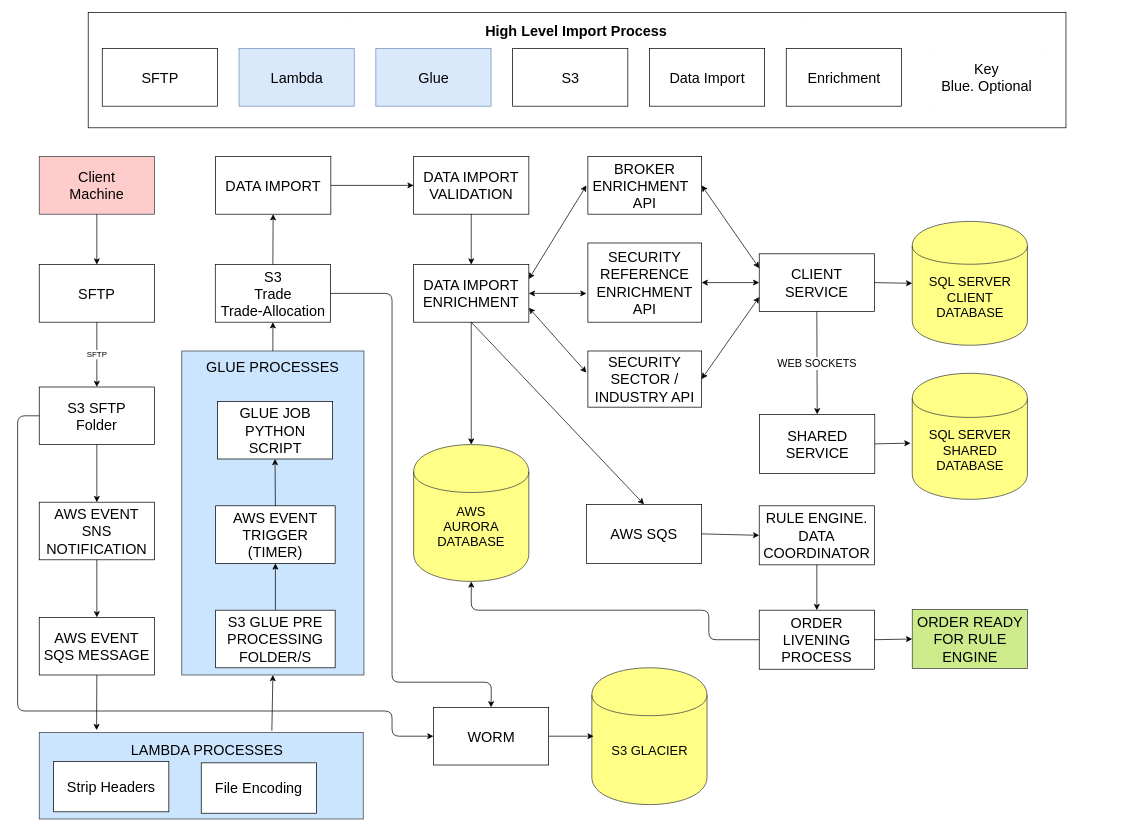
Before: WikiImages/2019/SurveillanceProcessUpdate.drawio in sl-tawfiknouri/RedDeer.Surveillance, a draw.io diagram. Source tidied: cells renumbered, new cells numbered last; positions are measured from the earlier drawing's top-left corner, leaving out a move shared by most shapes. Both pictures are drawn from the tidied source at 72%, with x=0, y=0 at pixel (17, 12).
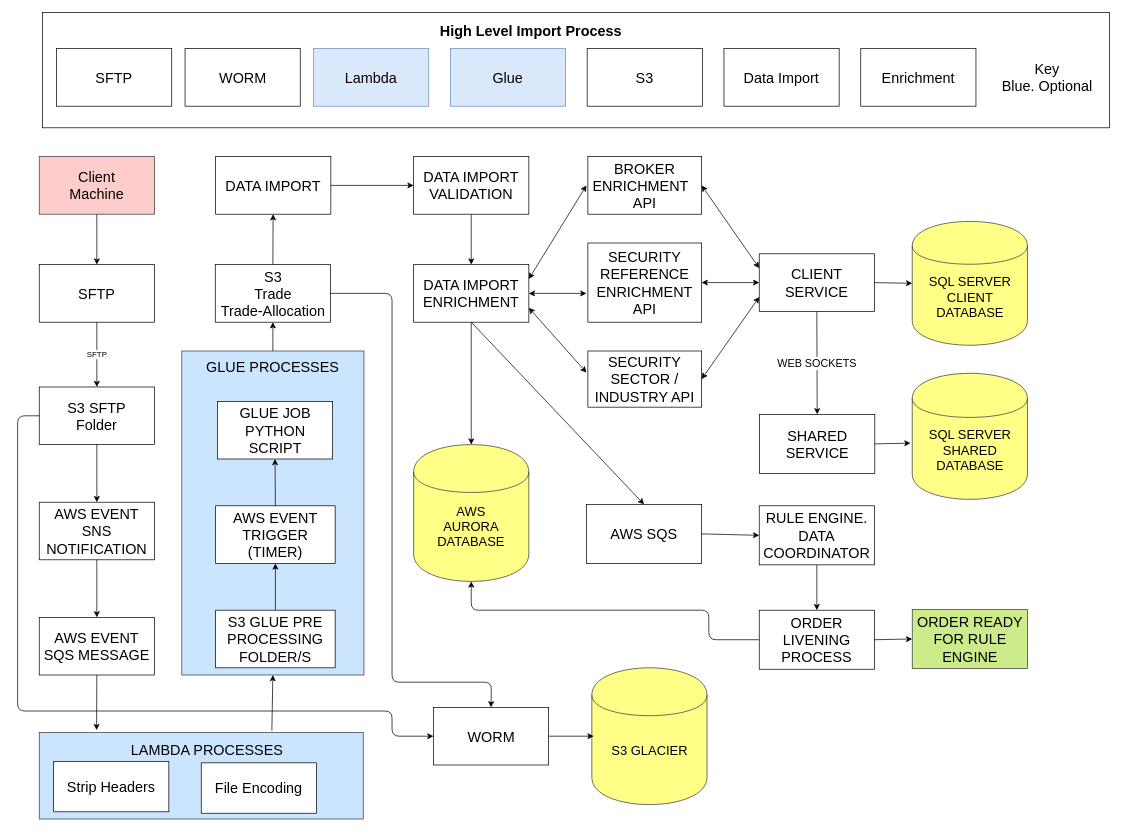
After the change.

Commit message (it also covers changes not shown here):
Updated surveillance documents

Change to the diagram source:
```diff
@@
     <mxCell id="2" style="rounded=0;whiteSpace=wrap;html=1;" parent="1" vertex="1">
-      <mxGeometry x="98" width="1358" height="160" as="geometry" />
+      <mxGeometry x="34.5" width="1482" height="160" as="geometry" />
     </mxCell>
     <mxCell id="3" value="&lt;font style=&quot;font-size: 20px&quot;&gt;SFTP&lt;/font&gt;" style="rounded=0;whiteSpace=wrap;html=1;" parent="1" vertex="1">
-      <mxGeometry x="117.5" y="50" width="160" height="80" as="geometry" />
+      <mxGeometry x="54" y="50" width="160" height="80" as="geometry" />
     </mxCell>
     <mxCell id="4" value="&lt;font style=&quot;font-size: 20px&quot;&gt;Lambda&lt;br&gt;&lt;/font&gt;" style="rounded=0;whiteSpace=wrap;html=1;fillColor=#dae8fc;strokeColor=#6c8ebf;" parent="1" vertex="1">
-      <mxGeometry x="307.5" y="50" width="160" height="80" as="geometry" />
+      <mxGeometry x="411" y="50" width="160" height="80" as="geometry" />
     </mxCell>
     <mxCell id="5" value="&lt;font style=&quot;font-size: 20px&quot;&gt;Glue&lt;/font&gt;" style="rounded=0;whiteSpace=wrap;html=1;fillColor=#dae8fc;strokeColor=#6c8ebf;" parent="1" vertex="1">
-      <mxGeometry x="497.5" y="50" width="160" height="80" as="geometry" />
+      <mxGeometry x="601" y="50" width="160" height="80" as="geometry" />
     </mxCell>
     <mxCell id="6" value="&lt;font style=&quot;font-size: 20px&quot;&gt;S3&lt;/font&gt;" style="rounded=0;whiteSpace=wrap;html=1;" parent="1" vertex="1">
-      <mxGeometry x="687.5" y="50" width="160" height="80" as="geometry" />
+      <mxGeometry x="791" y="50" width="160" height="80" as="geometry" />
     </mxCell>
     <mxCell id="7" value="&lt;font style=&quot;font-size: 20px&quot;&gt;Data Import&lt;/font&gt;" style="rounded=0;whiteSpace=wrap;html=1;" parent="1" vertex="1">
-      <mxGeometry x="877.5" y="50" width="160" height="80" as="geometry" />
+      <mxGeometry x="981" y="50" width="160" height="80" as="geometry" />
     </mxCell>
     <mxCell id="8" value="&lt;font style=&quot;font-size: 20px&quot;&gt;Enrichment&lt;/font&gt;" style="rounded=0;whiteSpace=wrap;html=1;" parent="1" vertex="1">
-      <mxGeometry x="1067.5" y="50" width="160" height="80" as="geometry" />
+      <mxGeometry x="1171" y="50" width="160" height="80" as="geometry" />
     </mxCell>
     <mxCell id="9" value="&lt;font style=&quot;font-size: 20px&quot;&gt;Key&lt;br&gt;Blue. Optional&lt;br&gt;&lt;/font&gt;" style="rounded=0;whiteSpace=wrap;html=1;strokeColor=#FCFCFC;" parent="1" vertex="1">
-      <mxGeometry x="1265.5" y="50" width="160" height="80" as="geometry" />
+      <mxGeometry x="1350" y="50" width="160" height="80" as="geometry" />
     </mxCell>
     <mxCell id="10" value="&lt;font style=&quot;font-size: 20px&quot;&gt;High Level Import Process&lt;br&gt;&lt;/font&gt;" style="rounded=0;whiteSpace=wrap;html=1;strokeColor=#FCFCFC;fontStyle=1;" parent="1" vertex="1">
-      <mxGeometry x="456" y="10" width="640" height="30" as="geometry" />
+      <mxGeometry x="392.5" y="10" width="640" height="30" as="geometry" />
     </mxCell>
@@
+    <mxCell id="71" value="&lt;span style=&quot;font-size: 20px&quot;&gt;WORM&lt;/span&gt;" style="rounded=0;whiteSpace=wrap;html=1;" parent="1" vertex="1">
+      <mxGeometry x="232.5" y="50" width="160" height="80" as="geometry" />
+    </mxCell>
```
